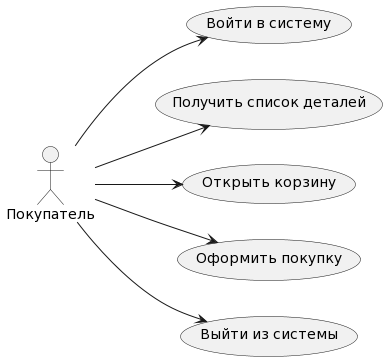
Earlier version of the PlantUML export Диаграммы вариантов использования/buyer.png (dOOmcLiF/WroomWroom). The source it was exported from:
```plantuml
@startuml
left to right direction

actor Покупатель

Покупатель --> (Войти в систему)
Покупатель --> (Получить список деталей)
Покупатель --> (Открыть корзину)
Покупатель --> (Оформить покупку)
Покупатель --> (Выйти из системы)
@enduml
```
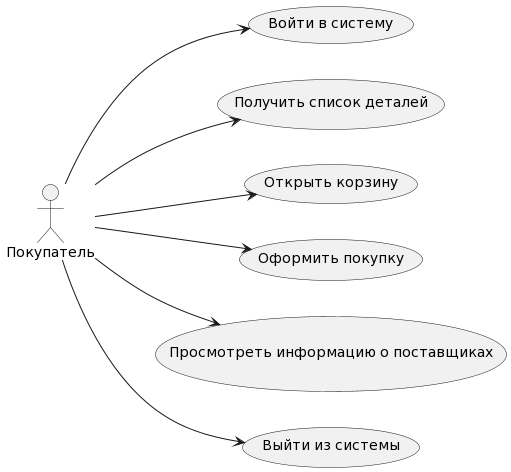
Later version of the same file.

What changed in the source:
```diff
@@ -7,5 +7,6 @@
 Покупатель --> (Получить список деталей)
 Покупатель --> (Открыть корзину)
 Покупатель --> (Оформить покупку)
+Покупатель --> (Просмотреть информацию о поставщиках)
 Покупатель --> (Выйти из системы)
 @enduml
```
